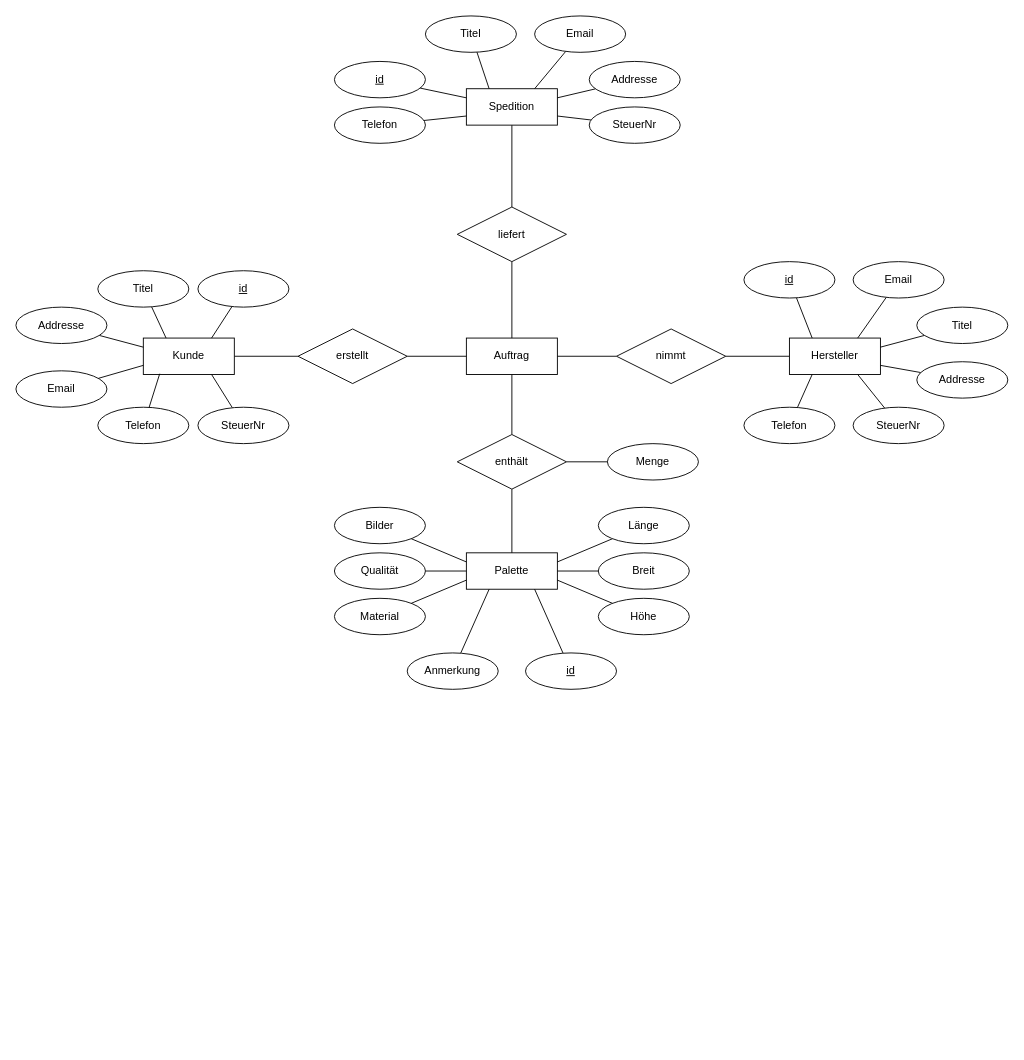
hdqeing/palette keeps this draw.io diagram as page "Seite-1" (1 of 2) of Palette.drawio. Above is the earlier version. Source tidied: cells renumbered, new cells numbered last; positions are measured from the earlier drawing's top-left corner, leaving out a move shared by most shapes. Both pictures are drawn from the tidied source at 91%, with x=0, y=0 at pixel (15, 15).
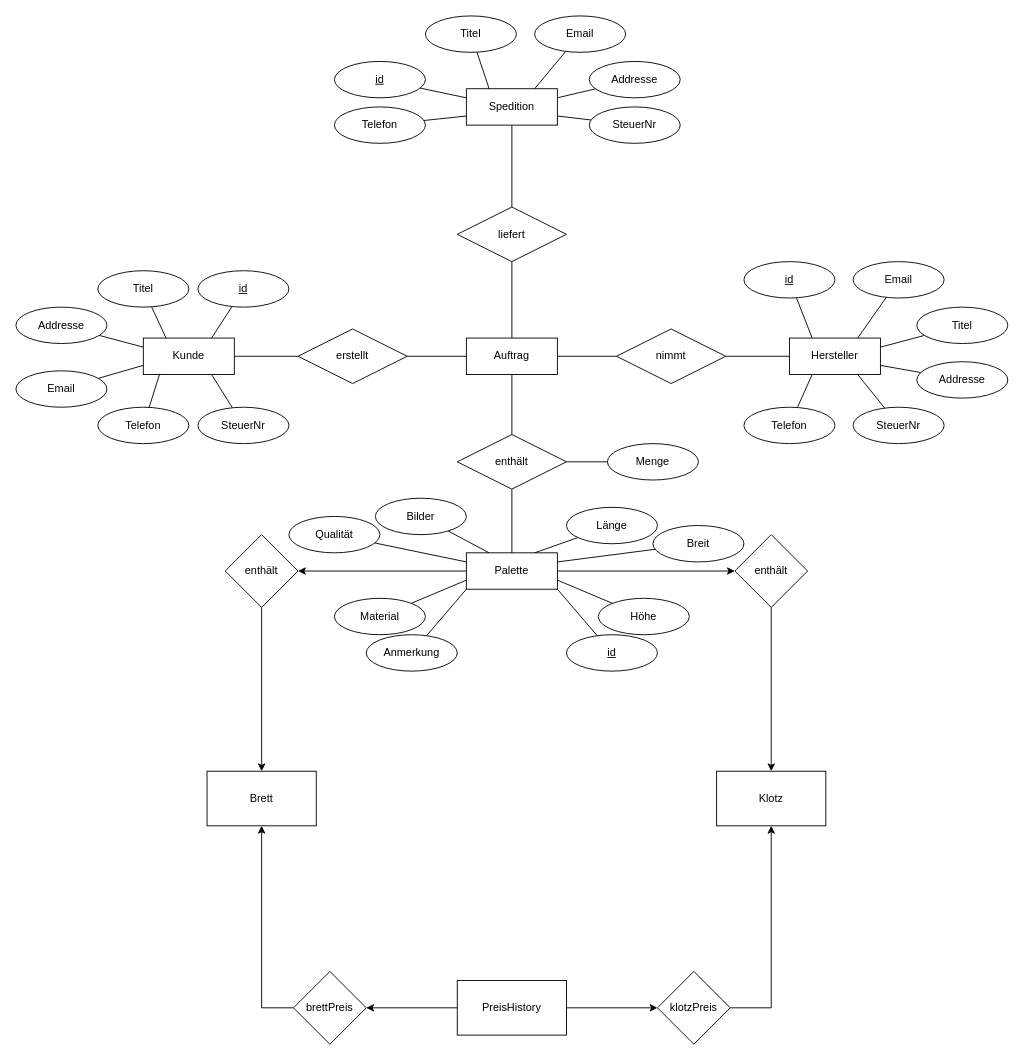
The same page after the edit.

The change refers to these unchanged cells:
```xml
<mxCell id="10" value="Palette" style="whiteSpace=wrap;html=1;align=center;" parent="1" vertex="1">
  <mxGeometry x="495" y="590" width="100" height="40" as="geometry" />
</mxCell>
```

What changed in the source:
```diff
@@
+    <mxCell id="74" style="edgeStyle=orthogonalEdgeStyle;rounded=0;jettySize=auto;html=1;" parent="1" edge="1" source="10" target="86">
+      <mxGeometry relative="1" as="geometry" />
+    </mxCell>
+    <mxCell id="75" style="edgeStyle=orthogonalEdgeStyle;rounded=0;jettySize=auto;html=1;" parent="1" edge="1" source="10" target="88">
+      <mxGeometry relative="1" as="geometry" />
+    </mxCell>
@@
-    <mxCell id="54" style="rounded=0;jettySize=auto;html=1;entryX=0.75;entryY=1;entryDx=0;entryDy=0;endArrow=none;endFill=0;" parent="1" edge="1" source="55" target="10">
+    <mxCell id="54" style="rounded=0;jettySize=auto;html=1;entryX=1;entryY=1;entryDx=0;entryDy=0;endArrow=none;endFill=0;" parent="1" edge="1" source="55" target="10">
       <mxGeometry relative="1" as="geometry" />
     </mxCell>
     <mxCell id="55" value="id" style="ellipse;whiteSpace=wrap;html=1;align=center;fontStyle=4;" parent="1" vertex="1">
-      <mxGeometry x="560" y="700" width="100" height="40" as="geometry" />
+      <mxGeometry x="605" y="680" width="100" height="40" as="geometry" />
     </mxCell>
-    <mxCell id="56" style="rounded=0;jettySize=auto;html=1;entryX=1;entryY=0.25;entryDx=0;entryDy=0;endArrow=none;endFill=0;" parent="1" edge="1" source="57" target="10">
+    <mxCell id="56" style="rounded=0;jettySize=auto;html=1;entryX=0.75;entryY=0;entryDx=0;entryDy=0;endArrow=none;endFill=0;" parent="1" edge="1" source="57" target="10">
       <mxGeometry relative="1" as="geometry" />
     </mxCell>
     <mxCell id="57" value="Länge" style="ellipse;whiteSpace=wrap;html=1;align=center;" parent="1" vertex="1">
-      <mxGeometry x="640" y="540" width="100" height="40" as="geometry" />
+      <mxGeometry x="605" y="540" width="100" height="40" as="geometry" />
     </mxCell>
@@
-    <mxCell id="60" style="rounded=0;jettySize=auto;html=1;entryX=1;entryY=0.5;entryDx=0;entryDy=0;endArrow=none;endFill=0;" parent="1" edge="1" source="61" target="10">
+    <mxCell id="60" style="rounded=0;jettySize=auto;html=1;entryX=1;entryY=0.25;entryDx=0;entryDy=0;endArrow=none;endFill=0;" parent="1" edge="1" source="61" target="10">
       <mxGeometry relative="1" as="geometry" />
     </mxCell>
     <mxCell id="61" value="Breit" style="ellipse;whiteSpace=wrap;html=1;align=center;" parent="1" vertex="1">
-      <mxGeometry x="640" y="590" width="100" height="40" as="geometry" />
+      <mxGeometry x="700" y="560" width="100" height="40" as="geometry" />
     </mxCell>
-    <mxCell id="62" style="rounded=0;jettySize=auto;html=1;endArrow=none;endFill=0;" parent="1" edge="1" source="63" target="10">
+    <mxCell id="62" style="rounded=0;jettySize=auto;html=1;endArrow=none;endFill=0;entryX=0;entryY=0.25;entryDx=0;entryDy=0;" parent="1" edge="1" source="63" target="10">
       <mxGeometry relative="1" as="geometry" />
     </mxCell>
     <mxCell id="63" value="Qualität" style="ellipse;whiteSpace=wrap;html=1;align=center;" parent="1" vertex="1">
-      <mxGeometry x="350" y="590" width="100" height="40" as="geometry" />
+      <mxGeometry x="300" y="550" width="100" height="40" as="geometry" />
     </mxCell>
@@
-    <mxCell id="66" style="rounded=0;jettySize=auto;html=1;entryX=0;entryY=0.25;entryDx=0;entryDy=0;endArrow=none;endFill=0;" parent="1" edge="1" source="67" target="10">
+    <mxCell id="66" style="rounded=0;jettySize=auto;html=1;entryX=0.25;entryY=0;entryDx=0;entryDy=0;endArrow=none;endFill=0;" parent="1" edge="1" source="67" target="10">
       <mxGeometry relative="1" as="geometry" />
     </mxCell>
     <mxCell id="67" value="Bilder" style="ellipse;whiteSpace=wrap;html=1;align=center;" parent="1" vertex="1">
-      <mxGeometry x="350" y="540" width="100" height="40" as="geometry" />
+      <mxGeometry x="395" y="530" width="100" height="40" as="geometry" />
     </mxCell>
-    <mxCell id="68" style="rounded=0;jettySize=auto;html=1;entryX=0.25;entryY=1;entryDx=0;entryDy=0;endArrow=none;endFill=0;" parent="1" edge="1" source="69" target="10">
+    <mxCell id="68" style="rounded=0;jettySize=auto;html=1;entryX=0;entryY=1;entryDx=0;entryDy=0;endArrow=none;endFill=0;" parent="1" edge="1" source="69" target="10">
       <mxGeometry relative="1" as="geometry" />
     </mxCell>
     <mxCell id="69" value="Anmerkung" style="ellipse;whiteSpace=wrap;html=1;align=center;" parent="1" vertex="1">
-      <mxGeometry x="430" y="700" width="100" height="40" as="geometry" />
+      <mxGeometry x="385" y="680" width="100" height="40" as="geometry" />
     </mxCell>
@@
+    <mxCell id="76" value="Brett" style="rounded=0;whiteSpace=wrap;html=1;" parent="1" vertex="1">
+      <mxGeometry x="210" y="830" width="120" height="60" as="geometry" />
+    </mxCell>
+    <mxCell id="77" value="Klotz" style="rounded=0;whiteSpace=wrap;html=1;" parent="1" vertex="1">
+      <mxGeometry x="770" y="830" width="120" height="60" as="geometry" />
+    </mxCell>
+    <mxCell id="78" style="edgeStyle=orthogonalEdgeStyle;rounded=0;jettySize=auto;html=1;" parent="1" edge="1" source="80" target="82">
+      <mxGeometry relative="1" as="geometry" />
+    </mxCell>
+    <mxCell id="79" style="edgeStyle=orthogonalEdgeStyle;rounded=0;jettySize=auto;html=1;" parent="1" edge="1" source="80" target="84">
+      <mxGeometry relative="1" as="geometry" />
+    </mxCell>
+    <mxCell id="80" value="PreisHistory" style="rounded=0;whiteSpace=wrap;html=1;" parent="1" vertex="1">
+      <mxGeometry x="485" y="1060" width="120" height="60" as="geometry" />
+    </mxCell>
+    <mxCell id="81" style="edgeStyle=orthogonalEdgeStyle;rounded=0;jettySize=auto;html=1;entryX=0.5;entryY=1;entryDx=0;entryDy=0;" parent="1" edge="1" source="82" target="77">
+      <mxGeometry relative="1" as="geometry">
+        <Array as="points">
+          <mxPoint x="830" y="1090" />
+        </Array>
+      </mxGeometry>
+    </mxCell>
+    <mxCell id="82" value="klotzPreis" style="rhombus;whiteSpace=wrap;html=1;rounded=0;" parent="1" vertex="1">
+      <mxGeometry x="705" y="1050" width="80" height="80" as="geometry" />
+    </mxCell>
+    <mxCell id="83" style="edgeStyle=orthogonalEdgeStyle;rounded=0;jettySize=auto;html=1;" parent="1" edge="1" source="84" target="76">
+      <mxGeometry relative="1" as="geometry">
+        <Array as="points">
+          <mxPoint x="270" y="1090" />
+        </Array>
+      </mxGeometry>
+    </mxCell>
+    <mxCell id="84" value="brettPreis" style="rhombus;whiteSpace=wrap;html=1;rounded=0;" parent="1" vertex="1">
+      <mxGeometry x="305" y="1050" width="80" height="80" as="geometry" />
+    </mxCell>
+    <mxCell id="85" style="edgeStyle=orthogonalEdgeStyle;rounded=0;jettySize=auto;html=1;" parent="1" edge="1" source="86" target="77">
+      <mxGeometry relative="1" as="geometry" />
+    </mxCell>
+    <mxCell id="86" value="enthält" style="rhombus;whiteSpace=wrap;html=1;" parent="1" vertex="1">
+      <mxGeometry x="790" y="570" width="80" height="80" as="geometry" />
+    </mxCell>
+    <mxCell id="87" style="edgeStyle=orthogonalEdgeStyle;rounded=0;jettySize=auto;html=1;entryX=0.5;entryY=0;entryDx=0;entryDy=0;" parent="1" edge="1" source="88" target="76">
+      <mxGeometry relative="1" as="geometry" />
+    </mxCell>
+    <mxCell id="88" value="enthält" style="rhombus;whiteSpace=wrap;html=1;" parent="1" vertex="1">
+      <mxGeometry x="230" y="570" width="80" height="80" as="geometry" />
+    </mxCell>
```
